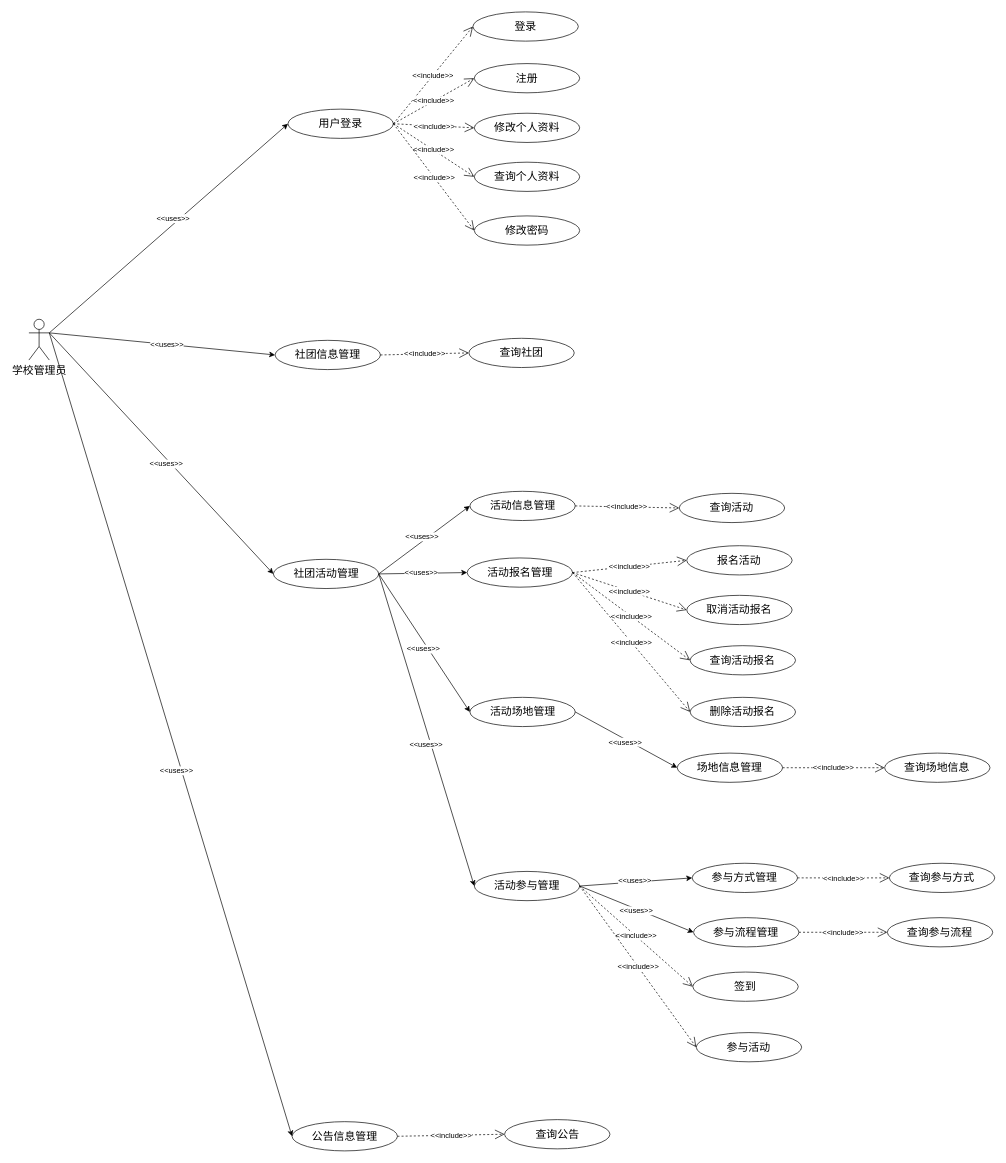
The draw.io diagram 保存.drawio in Gonod20s/Voice-Controlled-Robot, before the edit. Source tidied: cells renumbered, new cells numbered last; positions are measured from the earlier drawing's top-left corner, leaving out a move shared by most shapes. Both pictures are drawn from the tidied source at 68%, with x=0, y=0 at pixel (29, 12).
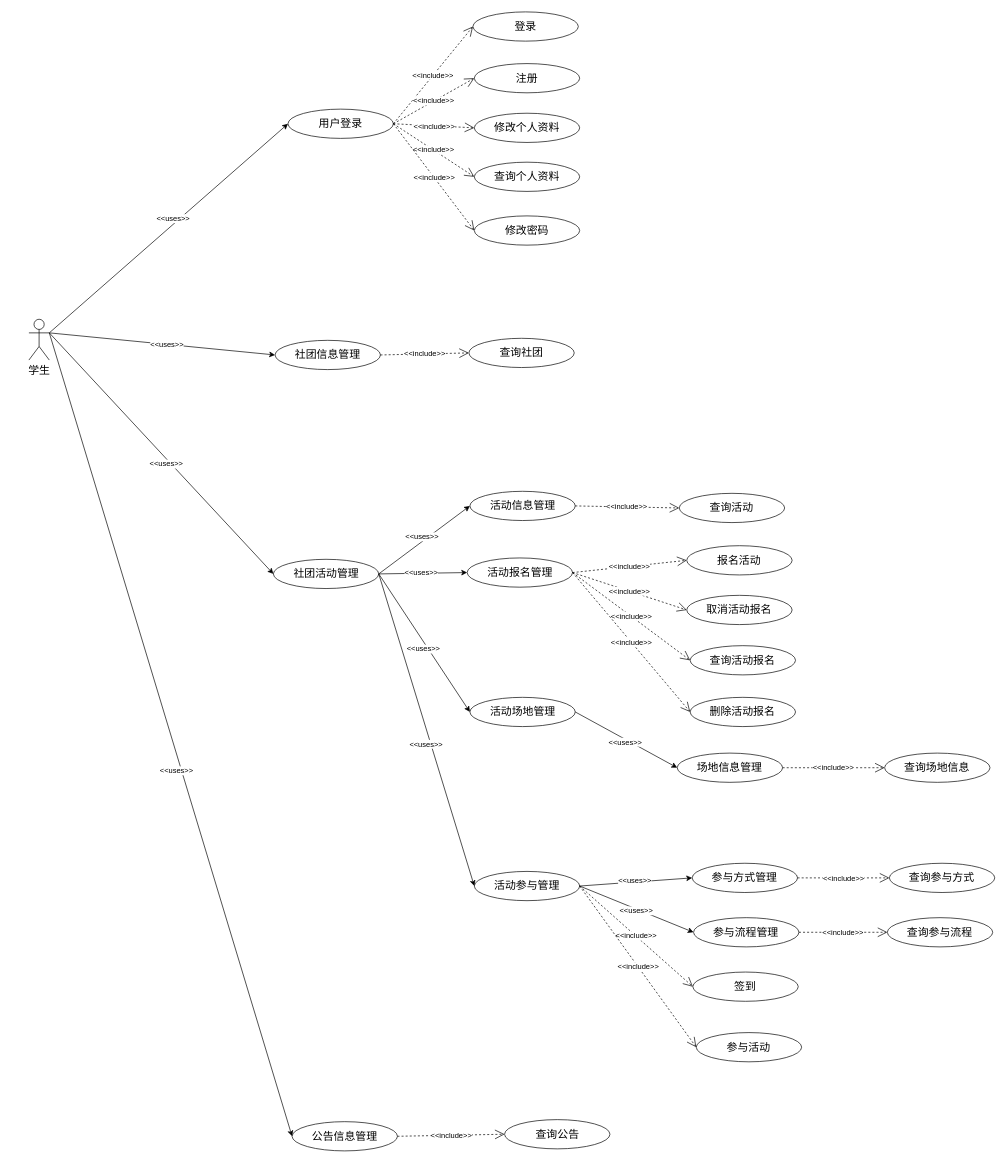
Above is the later version.

Diff of the diagram source:
```diff
@@
-    <mxCell id="2" value="&lt;font style=&quot;font-size: 16px;&quot;&gt;学校管理员&lt;/font&gt;" style="shape=umlActor;html=1;verticalLabelPosition=bottom;verticalAlign=top;align=center;fontFamily=Architects Daughter;" parent="1" vertex="1">
+    <mxCell id="2" value="&lt;span style=&quot;font-size: 16px;&quot;&gt;学生&lt;/span&gt;" style="shape=umlActor;html=1;verticalLabelPosition=bottom;verticalAlign=top;align=center;fontFamily=Architects Daughter;" parent="1" vertex="1">
       <mxGeometry y="452" width="30" height="60" as="geometry" />
     </mxCell>
```
